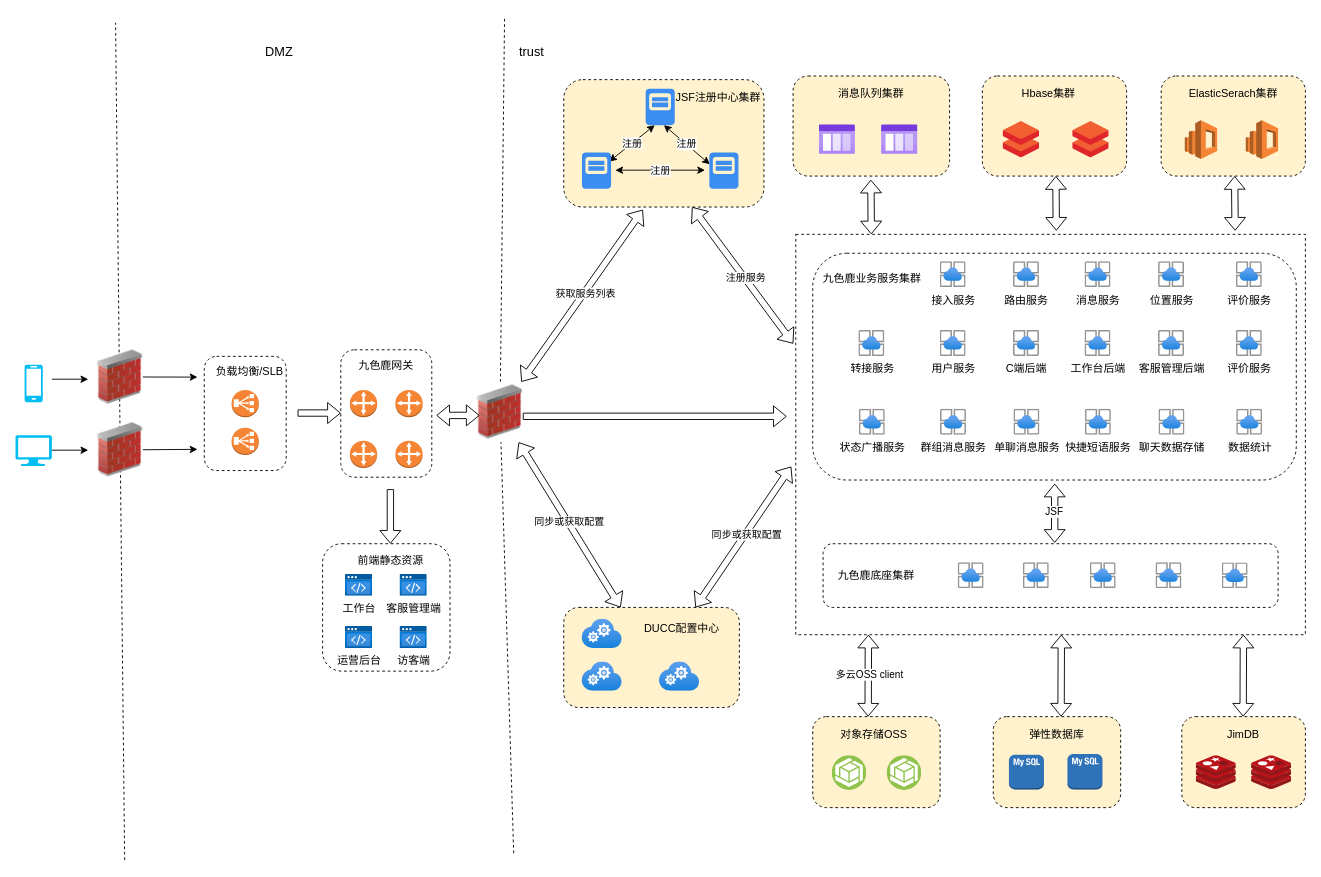
Above: 九色鹿部署架构图.drawio in greenabyss/image (draw.io), before the change. Source tidied: cells renumbered, new cells numbered last; positions are measured from the earlier drawing's top-left corner, leaving out a move shared by most shapes. Both pictures are drawn from the tidied source at 91%, with x=0, y=0 at pixel (15, 15).
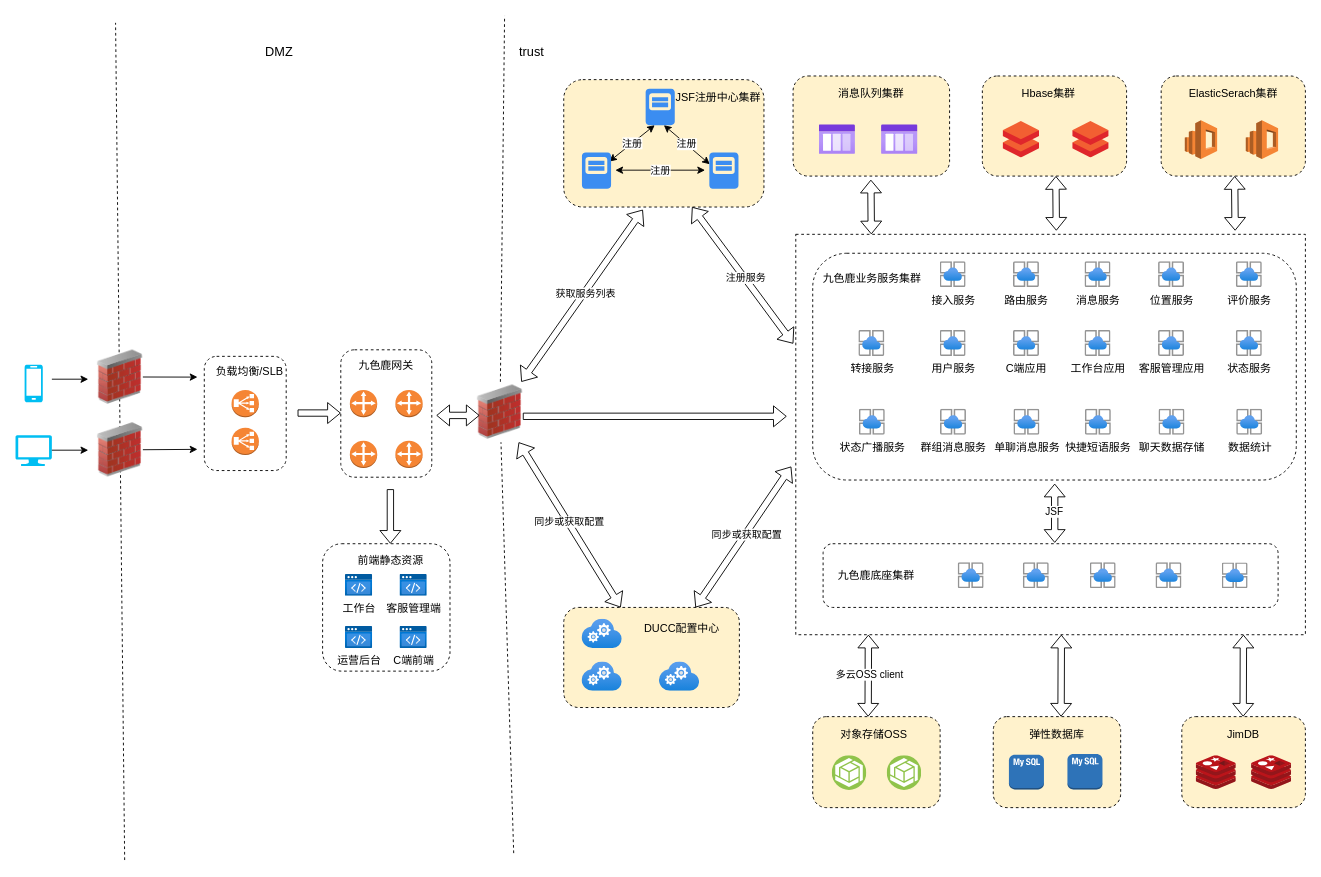
Above is the later version.

Commit message:
更新九色鹿部署架构图.drawio

The edit, as a diff of the source:
```diff
@@
-    <mxCell id="79" value="访客端" style="html=1;align=center;image;fontSize=12;image=img/lib/azure2/preview/Static_Apps.svg;rounded=0;dashed=1;fillColor=#FFFFFF;" parent="1" vertex="1">
+    <mxCell id="79" value="C端前端" style="html=1;align=center;image;fontSize=12;image=img/lib/azure2/preview/Static_Apps.svg;rounded=0;dashed=1;fillColor=#FFFFFF;" parent="1" vertex="1">
       <mxGeometry x="423" y="671" width="30" height="24" as="geometry" />
     </mxCell>
@@
-    <mxCell id="100" value="工作台后端" style="html=1;align=center;image;fontSize=12;image=img/lib/azure2/app_services/App_Service_Environments.svg;rounded=1;dashed=1;" parent="1" vertex="1">
+    <mxCell id="100" value="工作台应用" style="html=1;align=center;image;fontSize=12;image=img/lib/azure2/app_services/App_Service_Environments.svg;rounded=1;dashed=1;" parent="1" vertex="1">
       <mxGeometry x="1175.8" y="345.6" width="28.5" height="28.5" as="geometry" />
     </mxCell>
-    <mxCell id="101" value="C端后端" style="html=1;align=center;image;fontSize=12;image=img/lib/azure2/app_services/App_Service_Environments.svg;rounded=1;dashed=1;" parent="1" vertex="1">
+    <mxCell id="101" value="C端应用" style="html=1;align=center;image;fontSize=12;image=img/lib/azure2/app_services/App_Service_Environments.svg;rounded=1;dashed=1;" parent="1" vertex="1">
       <mxGeometry x="1097.2" y="345.6" width="28.5" height="28.5" as="geometry" />
     </mxCell>
@@
-    <mxCell id="103" value="客服管理后端" style="html=1;align=center;image;fontSize=12;image=img/lib/azure2/app_services/App_Service_Environments.svg;rounded=1;dashed=1;" parent="1" vertex="1">
+    <mxCell id="103" value="客服管理应用" style="html=1;align=center;image;fontSize=12;image=img/lib/azure2/app_services/App_Service_Environments.svg;rounded=1;dashed=1;" parent="1" vertex="1">
       <mxGeometry x="1256.6" y="345.6" width="28.5" height="28.5" as="geometry" />
     </mxCell>
-    <mxCell id="104" value="评价服务" style="html=1;align=center;image;fontSize=12;image=img/lib/azure2/app_services/App_Service_Environments.svg;rounded=1;dashed=1;" parent="1" vertex="1">
+    <mxCell id="104" value="状态服务" style="html=1;align=center;image;fontSize=12;image=img/lib/azure2/app_services/App_Service_Environments.svg;rounded=1;dashed=1;" parent="1" vertex="1">
       <mxGeometry x="1342.1" y="345.6" width="28.5" height="28.5" as="geometry" />
     </mxCell>
```
